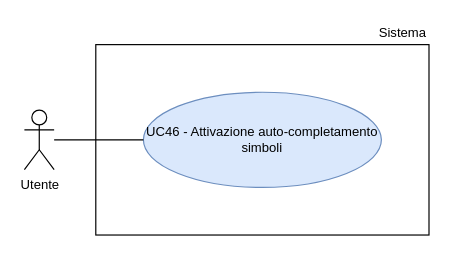
This is RTB/doc_esterna/analisi-dei-requisiti/assets/draw.io/UC46.drawio from thebitless-group-swe/thebitless.github.io, a draw.io file, before an edit. Source tidied: cells renumbered, new cells numbered last; positions are measured from the earlier drawing's top-left corner, leaving out a move shared by most shapes. Both pictures are drawn from the tidied source at 119%, with x=0, y=0 at pixel (24, 20).
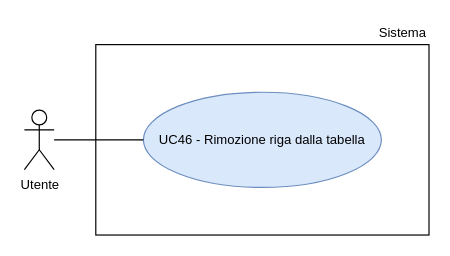
Above is the later version.

Diff of the diagram source:
```diff
@@
 <mxGraphModel>
   <root>
     <mxCell id="0" />
     <mxCell id="1" parent="0" />
     <mxCell id="2" value="Utente" style="shape=umlActor;verticalLabelPosition=bottom;verticalAlign=top;html=1;outlineConnect=0;fontSize=11;" parent="1" vertex="1">
       <mxGeometry y="75" width="25" height="50" as="geometry" />
     </mxCell>
-    <mxCell id="3" style="rounded=0;whiteSpace=wrap;html=1;strokeWidth=1;" parent="1" vertex="1">
-      <mxGeometry x="60" y="20" width="280" height="160" as="geometry" />
-    </mxCell>
+    <mxCell id="7" style="rounded=0;whiteSpace=wrap;html=1;strokeWidth=1;" parent="1" vertex="1">
+      <mxGeometry x="60" y="20" width="280" height="160" as="geometry" />
+    </mxCell>
     <mxCell id="4" value="Sistema" style="text;html=1;whiteSpace=wrap;strokeColor=none;fillColor=none;align=right;verticalAlign=middle;fontSize=11;" parent="1" vertex="1">
       <mxGeometry x="270" width="70" height="20" as="geometry" />
     </mxCell>
-    <mxCell id="5" value="UC46 - Attivazione auto-completamento simboli" style="ellipse;whiteSpace=wrap;html=1;fillColor=#dae8fc;strokeColor=#6c8ebf;fontSize=11;" parent="1" vertex="1">
-      <mxGeometry x="100" y="60" width="200" height="80" as="geometry" />
-    </mxCell>
-    <mxCell id="6" style="edgeStyle=none;rounded=0;jettySize=auto;html=1;endArrow=none;endFill=0;" parent="1" edge="1" source="2" target="5">
-      <mxGeometry relative="1" as="geometry" />
-    </mxCell>
+    <mxCell id="8" value="UC46 - Rimozione riga dalla tabella" style="ellipse;whiteSpace=wrap;html=1;fillColor=#dae8fc;strokeColor=#6c8ebf;fontSize=11;" parent="1" vertex="1">
+      <mxGeometry x="100" y="60" width="200" height="80" as="geometry" />
+    </mxCell>
+    <mxCell id="9" style="edgeStyle=none;rounded=0;jettySize=auto;html=1;endArrow=none;endFill=0;" parent="1" edge="1" source="2" target="8">
+      <mxGeometry relative="1" as="geometry" />
+    </mxCell>
   </root>
 </mxGraphModel>
```
